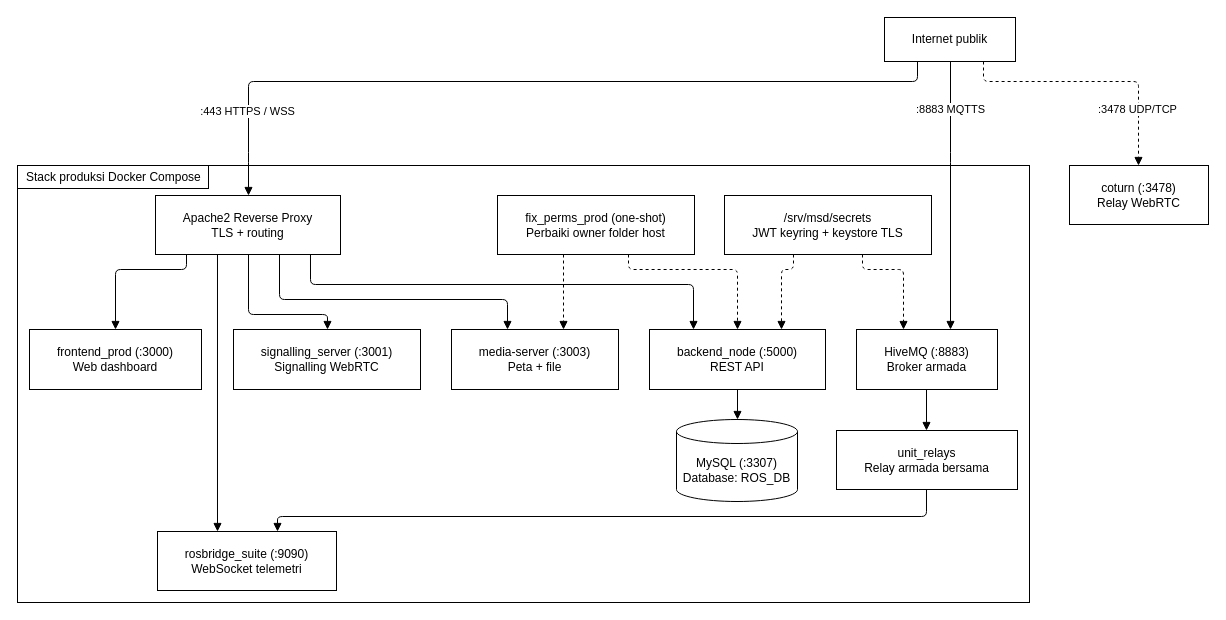
This is docs/id/setup/diagrams/server-setup-system-topology.drawio from itbdelaboprogramming/msd700_documentation, a draw.io file, before an edit. Source tidied: cells renumbered, new cells numbered last; positions are measured from the earlier drawing's top-left corner, leaving out a move shared by most shapes. Both pictures are drawn from the tidied source at 100%, with x=0, y=0 at pixel (17, 17).
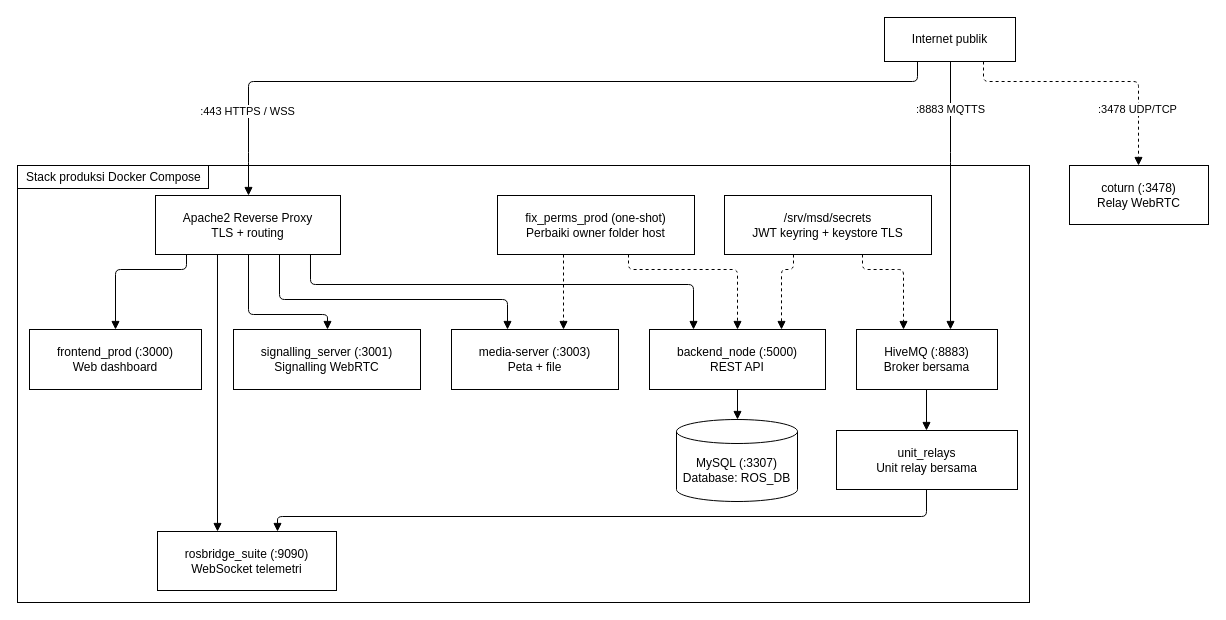
After the change.

Unchanged cells that the change refers to:
```xml
<mxCell id="2" style="rounded=0;html=1;whiteSpace=wrap;fillColor=#ffffff;strokeColor=#000000;" parent="1" vertex="1">
  <mxGeometry y="148" width="1012" height="437" as="geometry" />
</mxCell>
```

The edit, as a diff of the source:
```diff
@@
-    <mxCell id="5" value="HiveMQ (:8883)&lt;br&gt;Broker armada" style="html=1;whiteSpace=wrap;fillColor=#ffffff;strokeColor=#000000;rounded=0;fontFamily=Helvetica;fontSize=12;fontColor=#000000;" parent="2" vertex="1">
+    <mxCell id="5" value="HiveMQ (:8883)&lt;br&gt;Broker bersama" style="html=1;whiteSpace=wrap;fillColor=#ffffff;strokeColor=#000000;rounded=0;fontFamily=Helvetica;fontSize=12;fontColor=#000000;" parent="2" vertex="1">
       <mxGeometry x="839" y="164" width="141" height="60" as="geometry" />
     </mxCell>
@@
-    <mxCell id="12" value="unit_relays&lt;br&gt;Relay armada bersama" style="html=1;whiteSpace=wrap;fillColor=#ffffff;strokeColor=#000000;rounded=0;fontFamily=Helvetica;fontSize=12;fontColor=#000000;" parent="2" vertex="1">
+    <mxCell id="12" value="unit_relays&lt;br&gt;Unit relay bersama" style="html=1;whiteSpace=wrap;fillColor=#ffffff;strokeColor=#000000;rounded=0;fontFamily=Helvetica;fontSize=12;fontColor=#000000;" parent="2" vertex="1">
       <mxGeometry x="819" y="265" width="181" height="59" as="geometry" />
     </mxCell>
```
